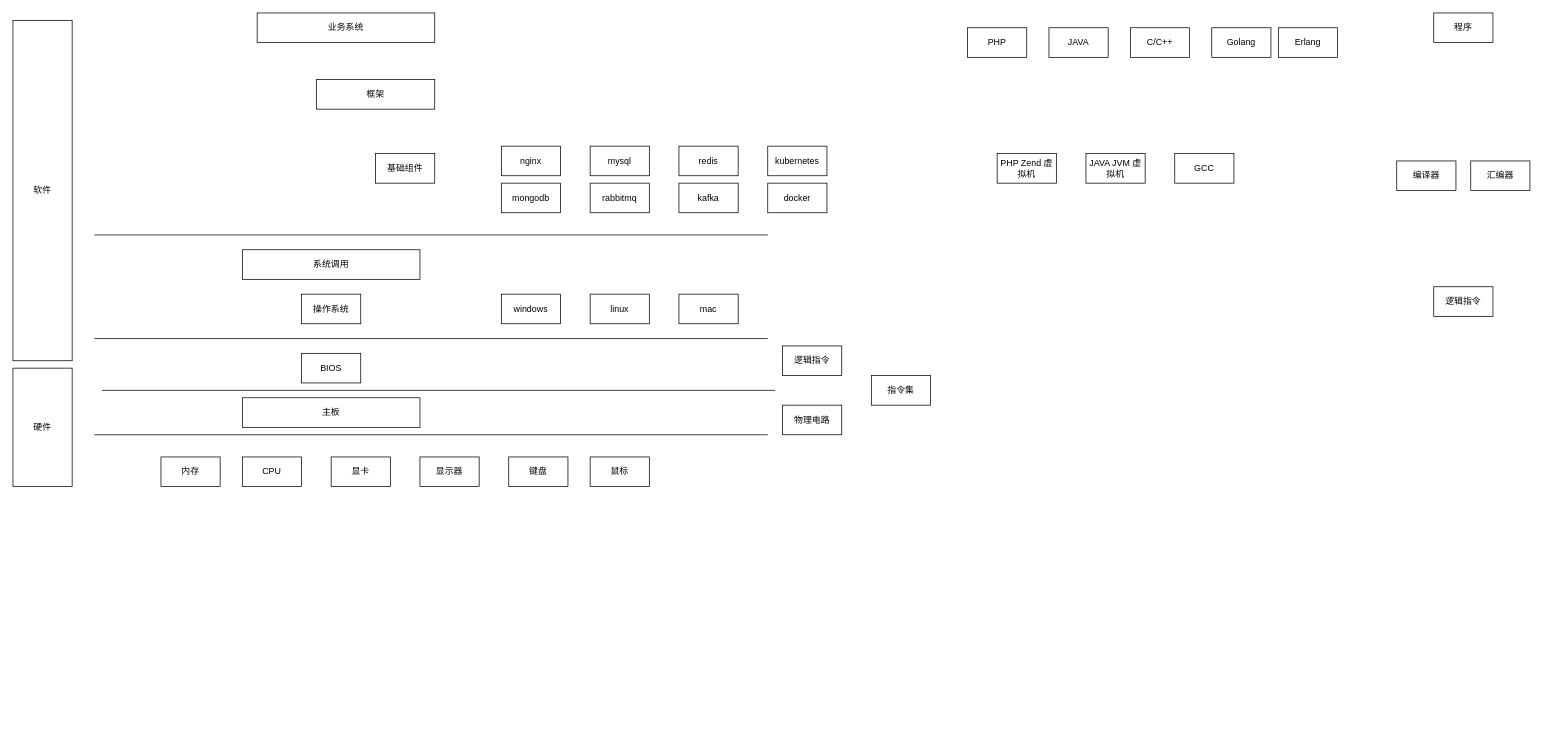
Before: drawio/computer-science/computer_system.drawio in KelipuTe/note, a draw.io diagram. Source tidied: cells renumbered, new cells numbered last; positions are measured from the earlier drawing's top-left corner, leaving out a move shared by most shapes. Both pictures are drawn from the tidied source at 74%, with x=0, y=0 at pixel (13, 13).
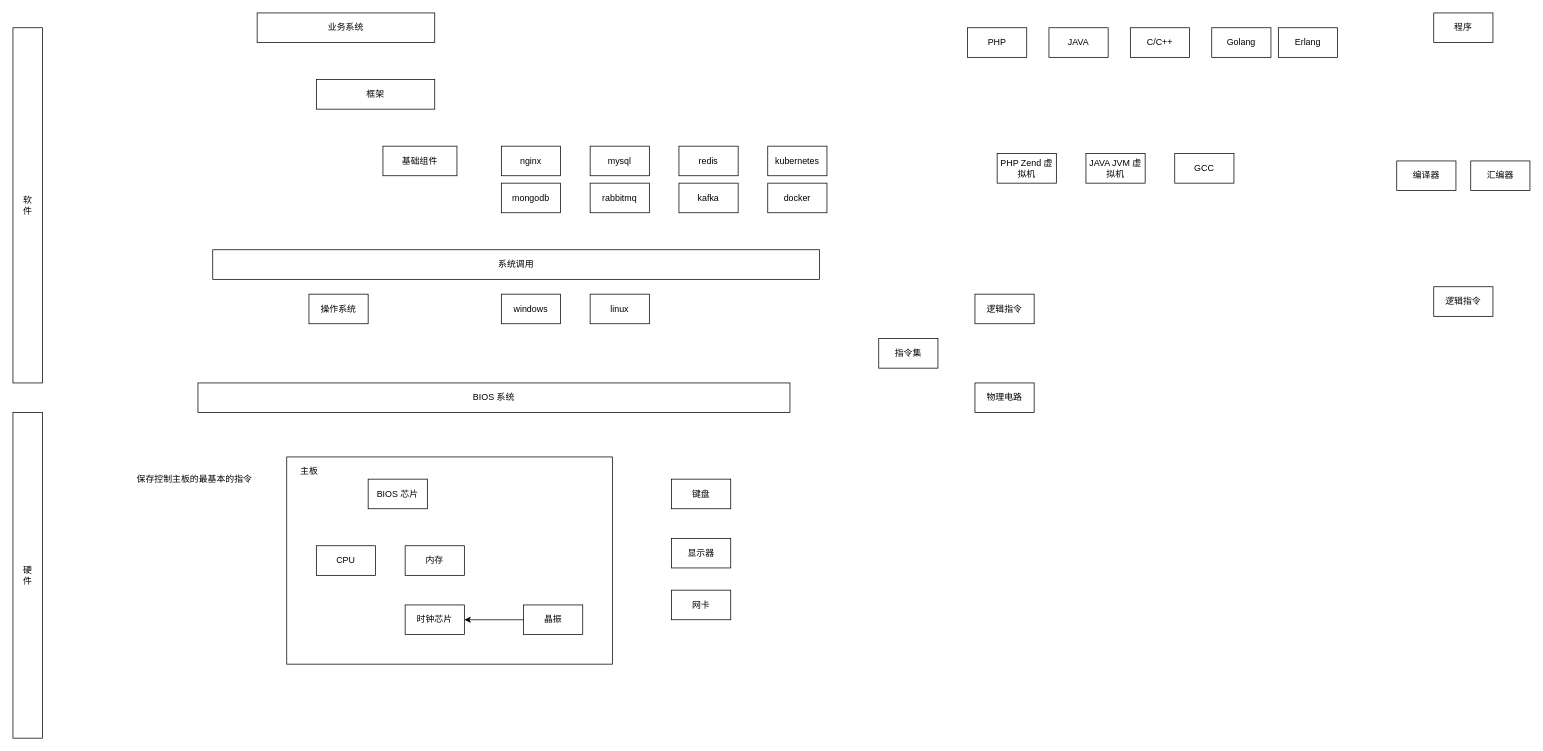
After the change.

What changed in the source:
```diff
@@
     <mxCell id="12" value="基础组件" style="rounded=0;whiteSpace=wrap;html=1;fillColor=none;" parent="1" vertex="1">
-      <mxGeometry x="490" y="190" width="80" height="40" as="geometry" />
+      <mxGeometry x="500" y="180" width="100" height="40" as="geometry" />
     </mxCell>
     <mxCell id="13" value="操作系统" style="rounded=0;whiteSpace=wrap;html=1;fillColor=none;" parent="1" vertex="1">
-      <mxGeometry x="390" y="380" width="80" height="40" as="geometry" />
+      <mxGeometry x="400" y="380" width="80" height="40" as="geometry" />
     </mxCell>
@@
-    <mxCell id="15" value="BIOS" style="rounded=0;whiteSpace=wrap;html=1;fillColor=none;" parent="1" vertex="1">
-      <mxGeometry x="390" y="460" width="80" height="40" as="geometry" />
+    <mxCell id="15" value="BIOS 系统" style="rounded=0;whiteSpace=wrap;html=1;fillColor=none;" parent="1" vertex="1">
+      <mxGeometry x="250" y="500" width="800" height="40" as="geometry" />
     </mxCell>
-    <mxCell id="16" value="主板" style="rounded=0;whiteSpace=wrap;html=1;fillColor=none;" parent="1" vertex="1">
-      <mxGeometry x="310" y="520" width="240" height="40" as="geometry" />
+    <mxCell id="16" style="rounded=0;whiteSpace=wrap;html=1;fillColor=none;" parent="1" vertex="1">
+      <mxGeometry x="370" y="600" width="440" height="280" as="geometry" />
     </mxCell>
     <mxCell id="17" value="CPU" style="rounded=0;whiteSpace=wrap;html=1;fillColor=none;" parent="1" vertex="1">
-      <mxGeometry x="310" y="600" width="80" height="40" as="geometry" />
+      <mxGeometry x="410" y="720" width="80" height="40" as="geometry" />
     </mxCell>
     <mxCell id="18" value="系统调用" style="rounded=0;whiteSpace=wrap;html=1;fillColor=none;" parent="1" vertex="1">
-      <mxGeometry x="310" y="320" width="240" height="40" as="geometry" />
+      <mxGeometry x="270" y="320" width="820" height="40" as="geometry" />
     </mxCell>
-    <mxCell id="19" value="显卡" style="rounded=0;whiteSpace=wrap;html=1;fillColor=none;" parent="1" vertex="1">
-      <mxGeometry x="430" y="600" width="80" height="40" as="geometry" />
-    </mxCell>
     <mxCell id="20" value="键盘" style="rounded=0;whiteSpace=wrap;html=1;fillColor=none;" parent="1" vertex="1">
-      <mxGeometry x="670" y="600" width="80" height="40" as="geometry" />
+      <mxGeometry x="890" y="630" width="80" height="40" as="geometry" />
     </mxCell>
     <mxCell id="21" value="显示器" style="rounded=0;whiteSpace=wrap;html=1;fillColor=none;" parent="1" vertex="1">
-      <mxGeometry x="550" y="600" width="80" height="40" as="geometry" />
+      <mxGeometry x="890" y="710" width="80" height="40" as="geometry" />
     </mxCell>
@@
-    <mxCell id="29" style="endArrow=none;html=1;rounded=0;" parent="1" edge="1">
-      <mxGeometry relative="1" as="geometry">
-        <mxPoint x="110" y="300" as="sourcePoint" />
-        <mxPoint x="1020" y="300" as="targetPoint" />
-      </mxGeometry>
-    </mxCell>
@@
-    <mxCell id="31" value="mac" style="rounded=0;whiteSpace=wrap;html=1;fillColor=none;" parent="1" vertex="1">
-      <mxGeometry x="900" y="380" width="80" height="40" as="geometry" />
-    </mxCell>
-    <mxCell id="32" style="endArrow=none;html=1;rounded=0;" parent="1" edge="1">
-      <mxGeometry relative="1" as="geometry">
-        <mxPoint x="110" y="570" as="sourcePoint" />
-        <mxPoint x="1020" y="570" as="targetPoint" />
-      </mxGeometry>
-    </mxCell>
-    <mxCell id="33" style="endArrow=none;html=1;rounded=0;" parent="1" edge="1">
-      <mxGeometry relative="1" as="geometry">
-        <mxPoint x="110" y="440" as="sourcePoint" />
-        <mxPoint x="1020" y="440" as="targetPoint" />
-      </mxGeometry>
-    </mxCell>
@@
     <mxCell id="35" value="指令集" style="rounded=0;whiteSpace=wrap;html=1;fillColor=none;" parent="1" vertex="1">
-      <mxGeometry x="1160" y="490" width="80" height="40" as="geometry" />
+      <mxGeometry x="1170" y="440" width="80" height="40" as="geometry" />
     </mxCell>
     <mxCell id="36" value="逻辑指令" style="rounded=0;whiteSpace=wrap;html=1;fillColor=none;" parent="1" vertex="1">
-      <mxGeometry x="1040" y="450" width="80" height="40" as="geometry" />
+      <mxGeometry x="1300" y="380" width="80" height="40" as="geometry" />
     </mxCell>
     <mxCell id="37" value="物理电路" style="rounded=0;whiteSpace=wrap;html=1;fillColor=none;" parent="1" vertex="1">
-      <mxGeometry x="1040" y="530" width="80" height="40" as="geometry" />
+      <mxGeometry x="1300" y="500" width="80" height="40" as="geometry" />
     </mxCell>
-    <mxCell id="38" style="endArrow=none;html=1;rounded=0;" parent="1" edge="1">
-      <mxGeometry relative="1" as="geometry">
-        <mxPoint x="120" y="510" as="sourcePoint" />
-        <mxPoint x="1030" y="510" as="targetPoint" />
-      </mxGeometry>
-    </mxCell>
-    <mxCell id="39" value="软件" style="rounded=0;whiteSpace=wrap;html=1;fillColor=none;" parent="1" vertex="1">
-      <mxGeometry y="10" width="80" height="460" as="geometry" />
+    <mxCell id="39" value="软&lt;br&gt;件" style="rounded=0;whiteSpace=wrap;html=1;fillColor=none;" parent="1" vertex="1">
+      <mxGeometry y="20" width="40" height="480" as="geometry" />
     </mxCell>
-    <mxCell id="40" value="硬件" style="rounded=0;whiteSpace=wrap;html=1;fillColor=none;" parent="1" vertex="1">
-      <mxGeometry y="480" width="80" height="160" as="geometry" />
+    <mxCell id="40" value="硬&lt;br&gt;件" style="rounded=0;whiteSpace=wrap;html=1;fillColor=none;" parent="1" vertex="1">
+      <mxGeometry y="540" width="40" height="440" as="geometry" />
     </mxCell>
@@
     <mxCell id="46" value="内存" style="rounded=0;whiteSpace=wrap;html=1;fillColor=none;" parent="1" vertex="1">
-      <mxGeometry x="200" y="600" width="80" height="40" as="geometry" />
+      <mxGeometry x="530" y="720" width="80" height="40" as="geometry" />
     </mxCell>
-    <mxCell id="47" value="鼠标" style="rounded=0;whiteSpace=wrap;html=1;fillColor=none;" parent="1" vertex="1">
-      <mxGeometry x="780" y="600" width="80" height="40" as="geometry" />
-    </mxCell>
+    <mxCell id="48" value="网卡" style="rounded=0;whiteSpace=wrap;html=1;fillColor=none;" parent="1" vertex="1">
+      <mxGeometry x="890" y="780" width="80" height="40" as="geometry" />
+    </mxCell>
+    <mxCell id="49" value="&lt;span&gt;主板&lt;/span&gt;" style="text;html=1;align=center;verticalAlign=middle;strokeColor=none;fillColor=none;" parent="1" vertex="1">
+      <mxGeometry x="380" y="610" width="40" height="20" as="geometry" />
+    </mxCell>
+    <mxCell id="50" value="BIOS 芯片" style="rounded=0;whiteSpace=wrap;html=1;fillColor=none;" parent="1" vertex="1">
+      <mxGeometry x="480" y="630" width="80" height="40" as="geometry" />
+    </mxCell>
+    <mxCell id="51" value="时钟芯片" style="rounded=0;whiteSpace=wrap;html=1;fillColor=none;" parent="1" vertex="1">
+      <mxGeometry x="530" y="800" width="80" height="40" as="geometry" />
+    </mxCell>
+    <mxCell id="52" value="晶振" style="rounded=0;whiteSpace=wrap;html=1;fillColor=none;" parent="1" vertex="1">
+      <mxGeometry x="690" y="800" width="80" height="40" as="geometry" />
+    </mxCell>
+    <mxCell id="53" style="endArrow=classic;html=1;rounded=0;" parent="1" edge="1" source="52" target="51">
+      <mxGeometry relative="1" as="geometry" />
+    </mxCell>
+    <mxCell id="54" value="保存控制主板的最基本的指令" style="text;html=1;align=center;verticalAlign=middle;strokeColor=none;fillColor=none;" parent="1" vertex="1">
+      <mxGeometry x="160" y="620" width="170" height="20" as="geometry" />
+    </mxCell>
```
